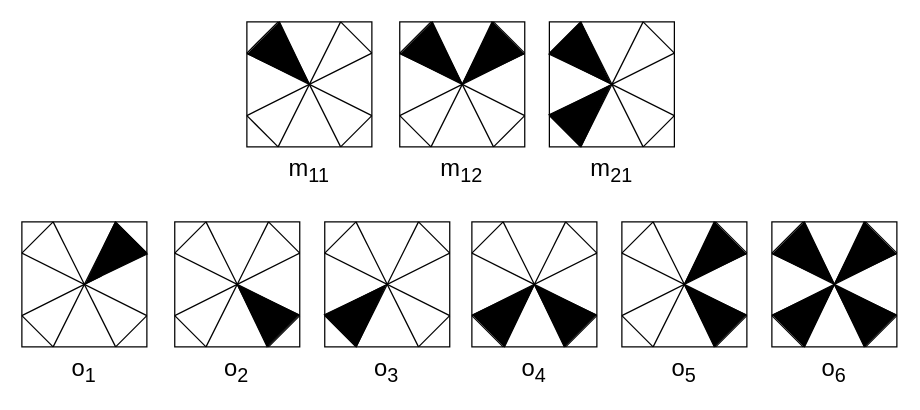
Earlier version of the draw.io diagram pic/input_RE.drawio (Yang-Yuan/raven-extension). Source tidied: cells renumbered, new cells numbered last; positions are measured from the earlier drawing's top-left corner, leaving out a move shared by most shapes. Both pictures are drawn from the tidied source at 125%, with x=0, y=0 at pixel (21, 21).
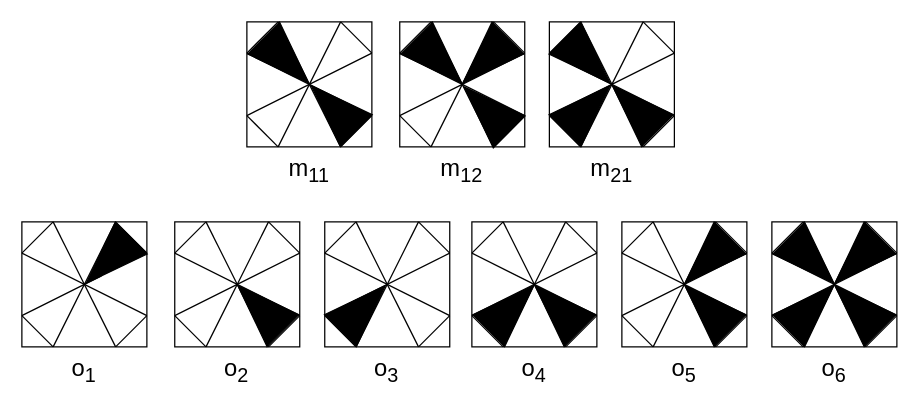
The same diagram, later.

The change refers to these unchanged cells:
```xml
<mxCell id="81" style="group;" parent="80" vertex="1">
  <mxGeometry width="100" height="100" as="geometry" />
</mxCell>
<mxCell id="93" style="group;" parent="92" vertex="1">
  <mxGeometry width="100" height="100" as="geometry" />
</mxCell>
<mxCell id="106" style="group;" parent="105" vertex="1">
  <mxGeometry width="100.3" height="100" as="geometry" />
</mxCell>
```

Change to the diagram source:
```diff
@@
+    <mxCell id="127" style="triangle;whiteSpace=wrap;html=1;fillColor=#000000;rotation=225;" parent="81" vertex="1">
+      <mxGeometry x="44" y="51" width="51" height="36" as="geometry" />
+    </mxCell>
@@
+    <mxCell id="128" style="triangle;whiteSpace=wrap;html=1;fillColor=#000000;rotation=225;" parent="93" vertex="1">
+      <mxGeometry x="44" y="52" width="51" height="36" as="geometry" />
+    </mxCell>
@@
+    <mxCell id="129" style="triangle;whiteSpace=wrap;html=1;fillColor=#000000;rotation=225;" parent="106" vertex="1">
+      <mxGeometry x="43.3" y="51" width="51" height="36" as="geometry" />
+    </mxCell>
```
